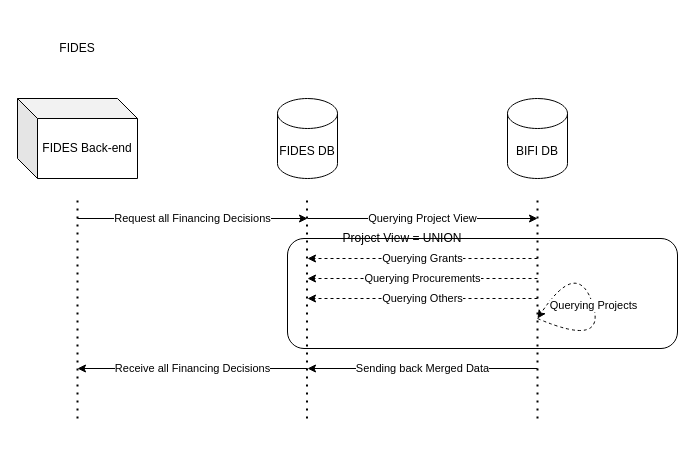
Earlier version of the draw.io diagram api/Untitled Diagram.drawio (xsabi/api-platform). Source tidied: cells renumbered, new cells numbered last; positions are measured from the earlier drawing's top-left corner, leaving out a move shared by most shapes. Both pictures are drawn from the tidied source at 100%, with x=0, y=0 at pixel (17, 38).
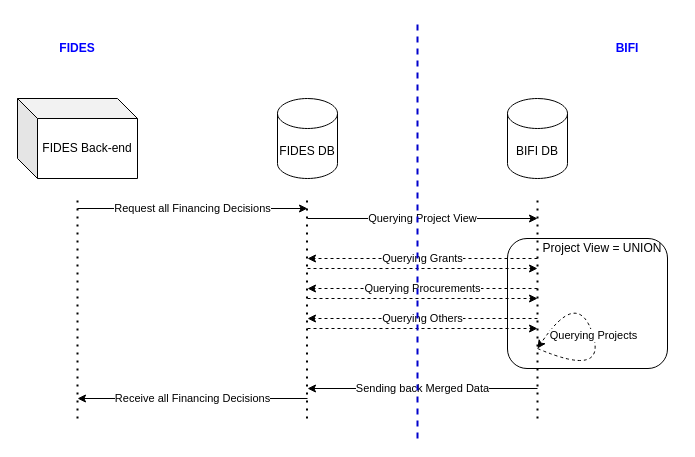
The same page after the edit.

Commit message (it also covers changes not shown here):
Bifi Project View anomaly

The edit, as a diff of the source:
```diff
@@
-    <mxCell id="2" value="FIDES" style="text;html=1;strokeColor=none;fillColor=none;align=center;verticalAlign=middle;whiteSpace=wrap;rounded=0;" parent="1" vertex="1">
+    <mxCell id="2" value="FIDES" style="text;html=1;strokeColor=none;fillColor=none;align=center;verticalAlign=middle;whiteSpace=wrap;rounded=0;fontColor=#0000FF;fontStyle=1;" parent="1" vertex="1">
       <mxGeometry x="20" width="80" height="20" as="geometry" />
     </mxCell>
@@
     <mxCell id="9" value="Request all Financing Decisions" style="endArrow=classic;html=1;" parent="1" edge="1">
       <mxGeometry relative="1" as="geometry">
-        <mxPoint x="60" y="180" as="sourcePoint" />
-        <mxPoint x="290" y="180" as="targetPoint" />
+        <mxPoint x="60" y="170" as="sourcePoint" />
+        <mxPoint x="290" y="170" as="targetPoint" />
       </mxGeometry>
     </mxCell>
@@
     <mxCell id="12" value="Querying Projects" style="curved=1;endArrow=classic;html=1;dashed=1;" parent="1" edge="1">
       <mxGeometry relative="1" as="geometry">
-        <mxPoint x="520" y="280" as="sourcePoint" />
-        <mxPoint x="520" y="280" as="targetPoint" />
+        <mxPoint x="520" y="310" as="sourcePoint" />
+        <mxPoint x="520" y="310" as="targetPoint" />
         <Array as="points">
-          <mxPoint x="590" y="310" />
-          <mxPoint x="560" y="220" />
+          <mxPoint x="590" y="340" />
+          <mxPoint x="560" y="250" />
         </Array>
       </mxGeometry>
     </mxCell>
     <mxCell id="13" value="Querying Procurements" style="endArrow=classic;html=1;dashed=1;" parent="1" edge="1">
       <mxGeometry relative="1" as="geometry">
-        <mxPoint x="520" y="240" as="sourcePoint" />
-        <mxPoint x="290" y="240" as="targetPoint" />
+        <mxPoint x="520" y="250" as="sourcePoint" />
+        <mxPoint x="290" y="250" as="targetPoint" />
       </mxGeometry>
     </mxCell>
-    <mxCell id="14" value="Querying Others" style="endArrow=classic;html=1;dashed=1;" parent="1" edge="1">
+    <mxCell id="14" value="Querying Others" style="endArrow=classic;html=1;dashed=1;shadow=0;" parent="1" edge="1">
       <mxGeometry relative="1" as="geometry">
-        <mxPoint x="520" y="260" as="sourcePoint" />
-        <mxPoint x="290" y="260" as="targetPoint" />
+        <mxPoint x="520" y="280" as="sourcePoint" />
+        <mxPoint x="290" y="280" as="targetPoint" />
       </mxGeometry>
     </mxCell>
     <mxCell id="15" value="Sending back Merged Data" style="endArrow=classic;html=1;" parent="1" edge="1">
       <mxGeometry relative="1" as="geometry">
-        <mxPoint x="520" y="330" as="sourcePoint" />
-        <mxPoint x="290" y="330" as="targetPoint" />
+        <mxPoint x="520" y="350" as="sourcePoint" />
+        <mxPoint x="290" y="350" as="targetPoint" />
       </mxGeometry>
     </mxCell>
     <mxCell id="16" value="Receive all Financing Decisions" style="endArrow=classic;html=1;" parent="1" edge="1">
       <mxGeometry relative="1" as="geometry">
-        <mxPoint x="290" y="330" as="sourcePoint" />
-        <mxPoint x="60" y="330" as="targetPoint" />
+        <mxPoint x="290" y="360" as="sourcePoint" />
+        <mxPoint x="60" y="360" as="targetPoint" />
       </mxGeometry>
     </mxCell>
     <mxCell id="17" style="rounded=1;whiteSpace=wrap;html=1;fillColor=none;" parent="1" vertex="1">
-      <mxGeometry x="270" y="200" width="390" height="110" as="geometry" />
+      <mxGeometry x="490" y="200" width="160" height="130" as="geometry" />
     </mxCell>
     <mxCell id="18" value="Project View = UNION" style="text;html=1;strokeColor=none;fillColor=none;align=center;verticalAlign=middle;whiteSpace=wrap;rounded=0;" parent="1" vertex="1">
-      <mxGeometry x="300" y="190" width="170" height="20" as="geometry" />
+      <mxGeometry x="510" y="200" width="150" height="20" as="geometry" />
     </mxCell>
+    <mxCell id="19" style="endArrow=classic;html=1;shadow=0;dashed=1;" parent="1" edge="1">
+      <mxGeometry relative="1" as="geometry">
+        <mxPoint x="290" y="230" as="sourcePoint" />
+        <mxPoint x="520" y="230" as="targetPoint" />
+        <Array as="points">
+          <mxPoint x="330" y="230" />
+        </Array>
+      </mxGeometry>
+    </mxCell>
+    <mxCell id="20" style="endArrow=classic;html=1;shadow=0;dashed=1;entryX=0.278;entryY=0.273;entryDx=0;entryDy=0;entryPerimeter=0;" parent="1" edge="1">
+      <mxGeometry relative="1" as="geometry">
+        <mxPoint x="290" y="260" as="sourcePoint" />
+        <mxPoint x="520" y="260" as="targetPoint" />
+        <Array as="points">
+          <mxPoint x="330" y="260" />
+        </Array>
+      </mxGeometry>
+    </mxCell>
+    <mxCell id="21" style="endArrow=classic;html=1;shadow=0;dashed=1;entryX=0.278;entryY=0.273;entryDx=0;entryDy=0;entryPerimeter=0;" parent="1" edge="1">
+      <mxGeometry relative="1" as="geometry">
+        <mxPoint x="290" y="290" as="sourcePoint" />
+        <mxPoint x="520" y="290" as="targetPoint" />
+        <Array as="points">
+          <mxPoint x="330" y="290" />
+        </Array>
+      </mxGeometry>
+    </mxCell>
+    <mxCell id="22" value="BIFI" style="text;html=1;strokeColor=none;fillColor=none;align=center;verticalAlign=middle;whiteSpace=wrap;rounded=0;fontColor=#0000FF;fontStyle=1;" parent="1" vertex="1">
+      <mxGeometry x="570" width="80" height="20" as="geometry" />
+    </mxCell>
+    <mxCell id="23" style="endArrow=none;dashed=1;html=1;shadow=0;strokeColor=#0000CC;strokeWidth=2;" parent="1" edge="1">
+      <mxGeometry relative="1" as="geometry">
+        <mxPoint x="400" y="400" as="sourcePoint" />
+        <mxPoint x="400" y="-20" as="targetPoint" />
+      </mxGeometry>
+    </mxCell>
```
